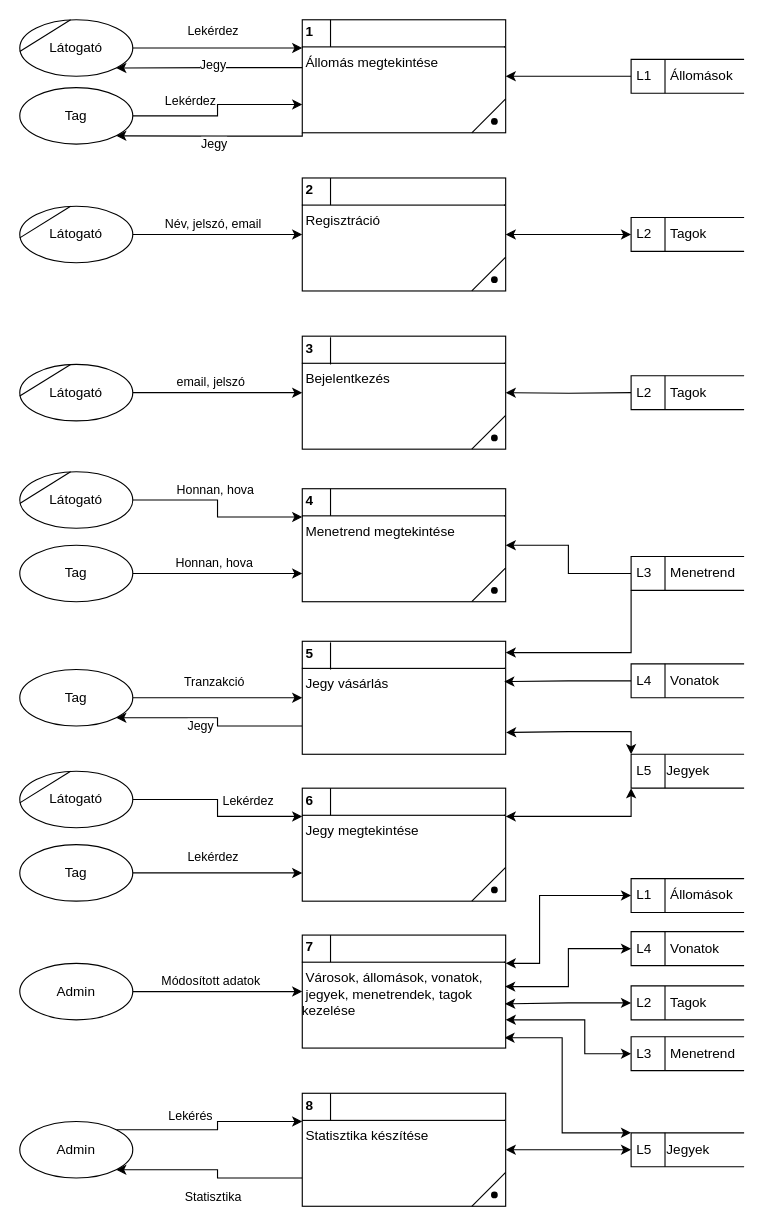
The draw.io diagram dokumentacio/logikai_fiziaki_adatfolyam/logiaki_adatfolyam.drawio in RevMarci/vasutmenetrend, before the edit. Source tidied: cells renumbered, new cells numbered last; positions are measured from the earlier drawing's top-left corner, leaving out a move shared by most shapes. Both pictures are drawn from the tidied source at 113%, with x=0, y=0 at pixel (19, 19).
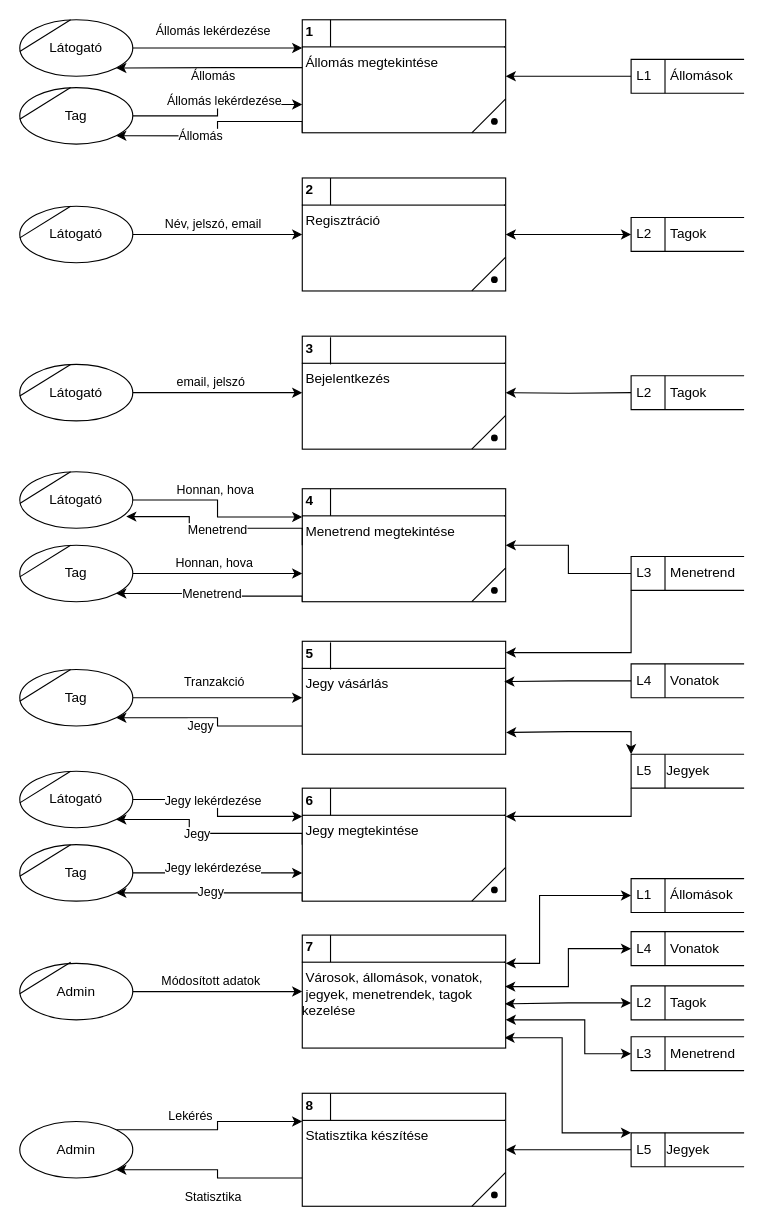
The same page after the edit.

Unchanged cells that the change refers to:
```xml
<mxCell id="2" value="&lt;p style=&quot;margin: 4px 0px 0px;&quot;&gt;&lt;b&gt;&amp;nbsp;4&lt;/b&gt;&lt;/p&gt;&lt;hr size=&quot;1&quot; style=&quot;border-style:solid;&quot;&gt;&lt;div style=&quot;height:2px;&quot;&gt;&amp;nbsp;Menetrend megtekintése&lt;/div&gt;" style="verticalAlign=top;align=left;overflow=fill;html=1;whiteSpace=wrap;" parent="1" vertex="1">
  <mxGeometry x="250" y="415" width="180" height="100" as="geometry" />
</mxCell>
<mxCell id="20" value="Látogató" style="shape=ellipse;html=1;dashed=0;whiteSpace=wrap;perimeter=ellipsePerimeter;" parent="1" vertex="1">
  <mxGeometry y="400" width="100" height="50" as="geometry" />
</mxCell>
<mxCell id="23" value="Tag" style="shape=ellipse;html=1;dashed=0;whiteSpace=wrap;perimeter=ellipsePerimeter;" parent="1" vertex="1">
  <mxGeometry y="465" width="100" height="50" as="geometry" />
</mxCell>
<mxCell id="33" value="&lt;p style=&quot;margin: 4px 0px 0px;&quot;&gt;&lt;b&gt;&amp;nbsp;8&lt;/b&gt;&lt;/p&gt;&lt;hr size=&quot;1&quot; style=&quot;border-style:solid;&quot;&gt;&lt;div style=&quot;height:2px;&quot;&gt;&amp;nbsp;Statisztika készítése&lt;/div&gt;" style="verticalAlign=top;align=left;overflow=fill;html=1;whiteSpace=wrap;" parent="1" vertex="1">
  <mxGeometry x="250" y="950" width="180" height="100" as="geometry" />
</mxCell>
<mxCell id="37" style="edgeStyle=orthogonalEdgeStyle;rounded=0;jettySize=auto;html=1;exitX=0.007;exitY=0.423;exitDx=0;exitDy=0;entryX=1;entryY=1;entryDx=0;entryDy=0;exitPerimeter=0;" parent="1" edge="1" source="41" target="44">
  <mxGeometry relative="1" as="geometry" />
</mxCell>
<mxCell id="41" value="&lt;p style=&quot;margin: 4px 0px 0px;&quot;&gt;&lt;b&gt;&amp;nbsp;1&lt;/b&gt;&lt;/p&gt;&lt;hr size=&quot;1&quot; style=&quot;border-style:solid;&quot;&gt;&lt;div style=&quot;height:2px;&quot;&gt;&amp;nbsp;Állomás megtekintése&lt;/div&gt;" style="verticalAlign=top;align=left;overflow=fill;html=1;whiteSpace=wrap;" parent="1" vertex="1">
  <mxGeometry x="250" width="180" height="100" as="geometry" />
</mxCell>
<mxCell id="42" style="edgeStyle=orthogonalEdgeStyle;rounded=0;jettySize=auto;html=1;exitX=1;exitY=0.5;exitDx=0;exitDy=0;entryX=0;entryY=0.25;entryDx=0;entryDy=0;" parent="1" edge="1" source="44" target="41">
  <mxGeometry relative="1" as="geometry" />
</mxCell>
<mxCell id="45" style="edgeStyle=orthogonalEdgeStyle;rounded=0;jettySize=auto;html=1;exitX=1;exitY=0.5;exitDx=0;exitDy=0;entryX=0;entryY=0.75;entryDx=0;entryDy=0;" parent="1" edge="1" source="47" target="41">
  <mxGeometry relative="1" as="geometry">
    <Array as="points">
      <mxPoint x="175" y="85" />
      <mxPoint x="175" y="75" />
    </Array>
  </mxGeometry>
</mxCell>
<mxCell id="47" value="Tag" style="shape=ellipse;html=1;dashed=0;whiteSpace=wrap;perimeter=ellipsePerimeter;" parent="1" vertex="1">
  <mxGeometry y="60" width="100" height="50" as="geometry" />
</mxCell>
<mxCell id="49" value="&lt;p style=&quot;margin: 4px 0px 0px;&quot;&gt;&lt;b&gt;&amp;nbsp;6&lt;/b&gt;&lt;/p&gt;&lt;hr size=&quot;1&quot; style=&quot;border-style:solid;&quot;&gt;&lt;div style=&quot;height:2px;&quot;&gt;&amp;nbsp;Jegy megtekintése&lt;/div&gt;" style="verticalAlign=top;align=left;overflow=fill;html=1;whiteSpace=wrap;" parent="1" vertex="1">
  <mxGeometry x="250" y="680" width="180" height="100" as="geometry" />
</mxCell>
<mxCell id="50" style="edgeStyle=orthogonalEdgeStyle;rounded=0;jettySize=auto;html=1;exitX=1;exitY=0.5;exitDx=0;exitDy=0;entryX=0;entryY=0.25;entryDx=0;entryDy=0;" parent="1" edge="1" source="52" target="49">
  <mxGeometry relative="1" as="geometry" />
</mxCell>
<mxCell id="52" value="Látogató" style="shape=ellipse;html=1;dashed=0;whiteSpace=wrap;perimeter=ellipsePerimeter;" parent="1" vertex="1">
  <mxGeometry y="665" width="100" height="50" as="geometry" />
</mxCell>
<mxCell id="53" style="edgeStyle=orthogonalEdgeStyle;rounded=0;jettySize=auto;html=1;exitX=1;exitY=0.5;exitDx=0;exitDy=0;entryX=0;entryY=0.75;entryDx=0;entryDy=0;" parent="1" edge="1" source="55" target="49">
  <mxGeometry relative="1" as="geometry" />
</mxCell>
<mxCell id="55" value="Tag" style="shape=ellipse;html=1;dashed=0;whiteSpace=wrap;perimeter=ellipsePerimeter;" parent="1" vertex="1">
  <mxGeometry y="730" width="100" height="50" as="geometry" />
</mxCell>
<mxCell id="64" value="L5&amp;nbsp; &amp;nbsp; Jegyek" style="html=1;dashed=0;whiteSpace=wrap;shape=mxgraph.dfd.dataStoreID;align=left;spacingLeft=3;points=[[0,0],[0.5,0],[1,0],[0,0.5],[1,0.5],[0,1],[0.5,1],[1,1]];" parent="1" vertex="1">
  <mxGeometry x="541" y="650" width="100" height="30" as="geometry" />
</mxCell>
<mxCell id="71" value="L5&amp;nbsp; &amp;nbsp; Jegyek" style="html=1;dashed=0;whiteSpace=wrap;shape=mxgraph.dfd.dataStoreID;align=left;spacingLeft=3;points=[[0,0],[0.5,0],[1,0],[0,0.5],[1,0.5],[0,1],[0.5,1],[1,1]];" parent="1" vertex="1">
  <mxGeometry x="541" y="985" width="100" height="30" as="geometry" />
</mxCell>
```

Diff of the diagram source:
```diff
@@
+    <mxCell id="101" style="edgeStyle=orthogonalEdgeStyle;rounded=0;jettySize=auto;html=1;exitX=0;exitY=1;exitDx=0;exitDy=0;entryX=1;entryY=1;entryDx=0;entryDy=0;" parent="1" edge="1" source="2" target="23">
+      <mxGeometry relative="1" as="geometry">
+        <Array as="points">
+          <mxPoint x="250" y="510" />
+          <mxPoint x="175" y="510" />
+          <mxPoint x="175" y="508" />
+        </Array>
+      </mxGeometry>
+    </mxCell>
+    <mxCell id="102" value="Menetrend" style="edgeLabel;html=1;align=center;verticalAlign=middle;" parent="101" vertex="1">
+      <mxGeometry x="0.02" relative="1" as="geometry" />
+    </mxCell>
@@
-    <mxCell id="32" style="edgeStyle=orthogonalEdgeStyle;rounded=0;jettySize=auto;html=1;exitX=1;exitY=0.5;exitDx=0;exitDy=0;entryX=0;entryY=0.5;entryDx=0;entryDy=0;startArrow=classic;startFill=1;" parent="1" edge="1" source="33" target="71">
+    <mxCell id="32" style="edgeStyle=orthogonalEdgeStyle;rounded=0;jettySize=auto;html=1;exitX=1;exitY=0.5;exitDx=0;exitDy=0;entryX=0;entryY=0.5;entryDx=0;entryDy=0;startArrow=classic;startFill=1;endArrow=none;" parent="1" edge="1" source="33" target="71">
       <mxGeometry relative="1" as="geometry" />
     </mxCell>
@@
-    <mxCell id="38" value="Jegy" style="edgeLabel;html=1;align=center;verticalAlign=middle;" parent="37" vertex="1">
+    <mxCell id="38" value="Állomás" style="edgeLabel;html=1;align=center;verticalAlign=middle;" parent="37" vertex="1">
       <mxGeometry y="1" relative="1" as="geometry">
-        <mxPoint x="2" y="-4" as="offset" />
+        <mxPoint x="2" y="6" as="offset" />
       </mxGeometry>
     </mxCell>
     <mxCell id="39" style="edgeStyle=orthogonalEdgeStyle;rounded=0;jettySize=auto;html=1;exitX=0;exitY=1;exitDx=0;exitDy=0;entryX=1;entryY=1;entryDx=0;entryDy=0;" parent="1" edge="1" source="41" target="47">
       <mxGeometry relative="1" as="geometry">
         <Array as="points">
-          <mxPoint x="250" y="103" />
+          <mxPoint x="250" y="90" />
+          <mxPoint x="175" y="90" />
           <mxPoint x="175" y="103" />
         </Array>
       </mxGeometry>
     </mxCell>
-    <mxCell id="40" value="Jegy" style="edgeLabel;html=1;align=center;verticalAlign=middle;" parent="39" vertex="1">
-      <mxGeometry x="-0.02" y="-2" relative="1" as="geometry">
-        <mxPoint y="9" as="offset" />
-      </mxGeometry>
-    </mxCell>
+    <mxCell id="103" value="Állomás" style="edgeLabel;html=1;align=center;verticalAlign=middle;" parent="39" vertex="1">
+      <mxGeometry x="0.21" relative="1" as="geometry" />
+    </mxCell>
@@
-    <mxCell id="43" value="Lekérdez" style="edgeLabel;html=1;align=center;verticalAlign=middle;" parent="42" vertex="1">
+    <mxCell id="43" value="Állomás lekérdezése" style="edgeLabel;html=1;align=center;verticalAlign=middle;" parent="42" vertex="1">
       <mxGeometry x="-0.07" y="-1" relative="1" as="geometry">
         <mxPoint y="-16" as="offset" />
       </mxGeometry>
     </mxCell>
@@
-    <mxCell id="46" value="Lekérdez" style="edgeLabel;html=1;align=center;verticalAlign=middle;" parent="45" vertex="1">
+    <mxCell id="46" value="Állomás lekérdezése" style="edgeLabel;html=1;align=center;verticalAlign=middle;" parent="45" vertex="1">
       <mxGeometry x="0.01" y="2" relative="1" as="geometry">
-        <mxPoint x="-23" y="-8" as="offset" />
+        <mxPoint x="7" y="-8" as="offset" />
       </mxGeometry>
     </mxCell>
@@
-    <mxCell id="48" style="edgeStyle=orthogonalEdgeStyle;rounded=0;jettySize=auto;html=1;exitX=1;exitY=0.25;exitDx=0;exitDy=0;entryX=0;entryY=1;entryDx=0;entryDy=0;startArrow=classic;startFill=1;" parent="1" edge="1" source="49" target="64">
+    <mxCell id="48" style="edgeStyle=orthogonalEdgeStyle;rounded=0;jettySize=auto;html=1;exitX=1;exitY=0.25;exitDx=0;exitDy=0;entryX=0;entryY=1;entryDx=0;entryDy=0;startArrow=classic;startFill=1;endArrow=none;" parent="1" edge="1" source="49" target="64">
       <mxGeometry relative="1" as="geometry" />
     </mxCell>
+    <mxCell id="104" style="edgeStyle=orthogonalEdgeStyle;rounded=0;jettySize=auto;html=1;exitX=0;exitY=0.5;exitDx=0;exitDy=0;entryX=1;entryY=1;entryDx=0;entryDy=0;" parent="1" edge="1" source="49" target="52">
+      <mxGeometry relative="1" as="geometry">
+        <Array as="points">
+          <mxPoint x="250" y="720" />
+          <mxPoint x="150" y="720" />
+          <mxPoint x="150" y="708" />
+        </Array>
+      </mxGeometry>
+    </mxCell>
+    <mxCell id="105" value="Jegy" style="edgeLabel;html=1;align=center;verticalAlign=middle;" parent="104" vertex="1">
+      <mxGeometry x="0.11" relative="1" as="geometry" />
+    </mxCell>
+    <mxCell id="106" style="edgeStyle=orthogonalEdgeStyle;rounded=0;jettySize=auto;html=1;exitX=0;exitY=1;exitDx=0;exitDy=0;entryX=1;entryY=1;entryDx=0;entryDy=0;" parent="1" edge="1" source="49" target="55">
+      <mxGeometry relative="1" as="geometry">
+        <Array as="points">
+          <mxPoint x="250" y="773" />
+        </Array>
+      </mxGeometry>
+    </mxCell>
+    <mxCell id="107" value="Jegy" style="edgeLabel;html=1;align=center;verticalAlign=middle;" parent="106" vertex="1">
+      <mxGeometry x="0.04" y="-1" relative="1" as="geometry" />
+    </mxCell>
@@
-    <mxCell id="51" value="Lekérdez" style="edgeLabel;html=1;align=center;verticalAlign=middle;" parent="50" vertex="1">
+    <mxCell id="51" value="Jegy lekérdezése" style="edgeLabel;html=1;align=center;verticalAlign=middle;" parent="50" vertex="1">
       <mxGeometry x="-0.14" y="-1" relative="1" as="geometry">
-        <mxPoint x="30" y="-1" as="offset" />
+        <mxPoint x="-1" y="-1" as="offset" />
       </mxGeometry>
     </mxCell>
@@
-    <mxCell id="54" value="Lekérdez" style="edgeLabel;html=1;align=center;verticalAlign=middle;" parent="53" vertex="1">
+    <mxCell id="54" value="Jegy lekérdezése" style="edgeLabel;html=1;align=center;verticalAlign=middle;" parent="53" vertex="1">
       <mxGeometry x="-0.19" y="1" relative="1" as="geometry">
-        <mxPoint x="9" y="-14" as="offset" />
+        <mxPoint x="9" y="-4" as="offset" />
       </mxGeometry>
     </mxCell>
@@
+    <mxCell id="108" style="endArrow=none;html=1;rounded=0;entryX=0.449;entryY=0.014;entryDx=0;entryDy=0;entryPerimeter=0;exitX=0.014;exitY=0.599;exitDx=0;exitDy=0;exitPerimeter=0;jumpSize=8;" parent="1" edge="1">
+      <mxGeometry relative="1" as="geometry">
+        <mxPoint y="88" as="sourcePoint" />
+        <mxPoint x="45" y="60" as="targetPoint" />
+      </mxGeometry>
+    </mxCell>
+    <mxCell id="109" style="endArrow=none;html=1;rounded=0;entryX=0.449;entryY=0.014;entryDx=0;entryDy=0;entryPerimeter=0;exitX=0.014;exitY=0.599;exitDx=0;exitDy=0;exitPerimeter=0;jumpSize=8;" parent="1" edge="1">
+      <mxGeometry relative="1" as="geometry">
+        <mxPoint y="493" as="sourcePoint" />
+        <mxPoint x="45" y="465" as="targetPoint" />
+      </mxGeometry>
+    </mxCell>
+    <mxCell id="110" style="endArrow=none;html=1;rounded=0;entryX=0.449;entryY=0.014;entryDx=0;entryDy=0;entryPerimeter=0;exitX=0.014;exitY=0.599;exitDx=0;exitDy=0;exitPerimeter=0;jumpSize=8;" parent="1" edge="1">
+      <mxGeometry relative="1" as="geometry">
+        <mxPoint y="603" as="sourcePoint" />
+        <mxPoint x="45" y="575" as="targetPoint" />
+      </mxGeometry>
+    </mxCell>
+    <mxCell id="111" style="endArrow=none;html=1;rounded=0;entryX=0.449;entryY=0.014;entryDx=0;entryDy=0;entryPerimeter=0;exitX=0.014;exitY=0.599;exitDx=0;exitDy=0;exitPerimeter=0;jumpSize=8;" parent="1" edge="1">
+      <mxGeometry relative="1" as="geometry">
+        <mxPoint y="758" as="sourcePoint" />
+        <mxPoint x="45" y="730" as="targetPoint" />
+      </mxGeometry>
+    </mxCell>
+    <mxCell id="112" style="endArrow=none;html=1;rounded=0;entryX=0.449;entryY=0.014;entryDx=0;entryDy=0;entryPerimeter=0;exitX=0.014;exitY=0.599;exitDx=0;exitDy=0;exitPerimeter=0;jumpSize=8;" parent="1" edge="1">
+      <mxGeometry relative="1" as="geometry">
+        <mxPoint y="862" as="sourcePoint" />
+        <mxPoint x="45" y="834" as="targetPoint" />
+      </mxGeometry>
+    </mxCell>
+    <mxCell id="113" style="edgeStyle=orthogonalEdgeStyle;rounded=0;jettySize=auto;html=1;exitX=0;exitY=0.5;exitDx=0;exitDy=0;entryX=0.942;entryY=0.793;entryDx=0;entryDy=0;entryPerimeter=0;" parent="1" edge="1" source="2" target="20">
+      <mxGeometry relative="1" as="geometry">
+        <Array as="points">
+          <mxPoint x="250" y="450" />
+          <mxPoint x="150" y="450" />
+          <mxPoint x="150" y="440" />
+        </Array>
+      </mxGeometry>
+    </mxCell>
+    <mxCell id="114" value="Menetrend" style="edgeLabel;html=1;align=center;verticalAlign=middle;" parent="113" vertex="1">
+      <mxGeometry y="1" relative="1" as="geometry" />
+    </mxCell>
```
